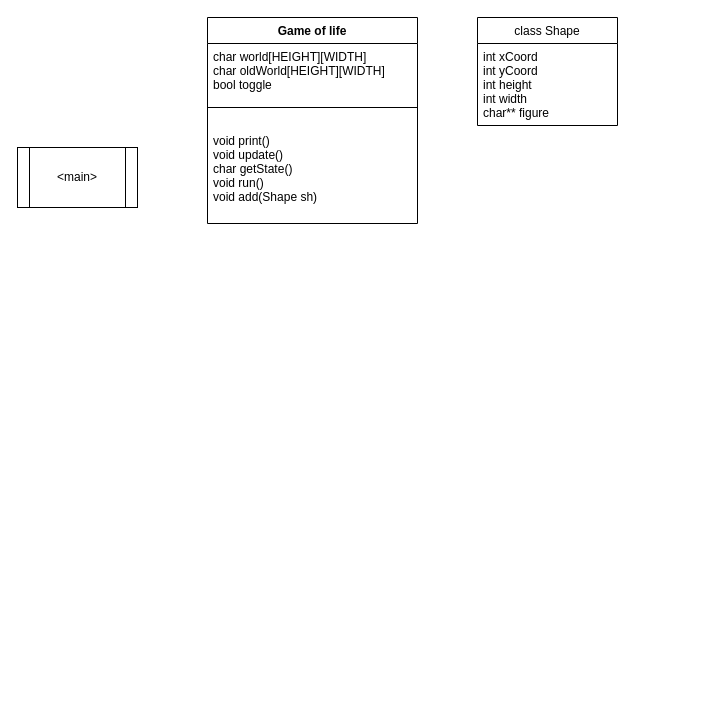
Earlier version of the draw.io diagram Game_of_life/Architecture Game of life.drawio (VityKos/Game-of-life). Source tidied: cells renumbered, new cells numbered last; positions are measured from the earlier drawing's top-left corner, leaving out a move shared by most shapes. Both pictures are drawn from the tidied source at 100%, with x=0, y=0 at pixel (17, 17).
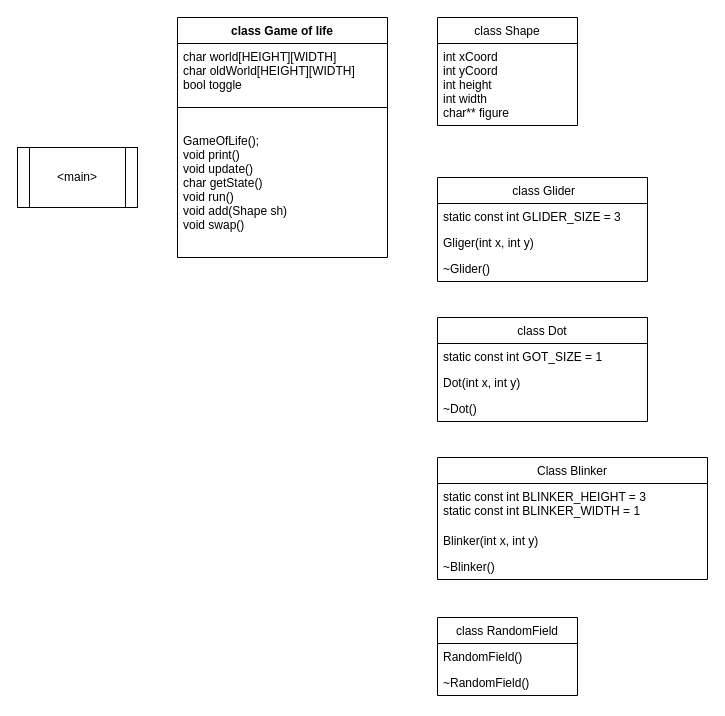
After the change.

The edit, as a diff of the source:
```diff
@@
-    <mxCell id="3" value="Game of life" style="swimlane;fontStyle=1;align=center;verticalAlign=top;horizontal=1;startSize=26;" parent="1" vertex="1">
-      <mxGeometry x="190" width="210" height="206" as="geometry" />
+    <mxCell id="3" value="class Game of life" style="swimlane;fontStyle=1;align=center;verticalAlign=top;horizontal=1;startSize=26;" parent="1" vertex="1">
+      <mxGeometry x="160" width="210" height="240" as="geometry" />
     </mxCell>
@@
-    <mxCell id="6" value="void print()&#10;void update()&#10;char getState()&#10;void run()&#10;void add(Shape sh)" style="text;strokeColor=none;fillColor=none;align=left;verticalAlign=top;spacingLeft=4;spacingRight=4;overflow=hidden;" parent="3" vertex="1">
-      <mxGeometry y="110" width="210" height="96" as="geometry" />
+    <mxCell id="6" value="GameOfLife();&#10;void print()&#10;void update()&#10;char getState()&#10;void run()&#10;void add(Shape sh)&#10;void swap()" style="text;strokeColor=none;fillColor=none;align=left;verticalAlign=top;spacingLeft=4;spacingRight=4;overflow=hidden;" parent="3" vertex="1">
+      <mxGeometry y="110" width="210" height="130" as="geometry" />
     </mxCell>
     <mxCell id="7" value="class Shape" style="swimlane;fontStyle=0;horizontal=1;startSize=26;fillColor=none;" parent="1" vertex="1">
-      <mxGeometry x="460" width="140" height="108" as="geometry" />
+      <mxGeometry x="420" width="140" height="108" as="geometry" />
     </mxCell>
@@
+    <mxCell id="9" value=" class Glider" style="swimlane;fontStyle=0;horizontal=1;startSize=26;fillColor=none;" parent="1" vertex="1">
+      <mxGeometry x="420" y="160" width="210" height="104" as="geometry" />
+    </mxCell>
+    <mxCell id="10" value="static const int GLIDER_SIZE = 3" style="text;strokeColor=none;fillColor=none;align=left;verticalAlign=top;spacingLeft=4;spacingRight=4;overflow=hidden;" parent="9" vertex="1">
+      <mxGeometry y="26" width="210" height="26" as="geometry" />
+    </mxCell>
+    <mxCell id="11" value="Gliger(int x, int y)" style="text;strokeColor=none;fillColor=none;align=left;verticalAlign=top;spacingLeft=4;spacingRight=4;overflow=hidden;" parent="9" vertex="1">
+      <mxGeometry y="52" width="210" height="26" as="geometry" />
+    </mxCell>
+    <mxCell id="12" value="~Glider()" style="text;strokeColor=none;fillColor=none;align=left;verticalAlign=top;spacingLeft=4;spacingRight=4;overflow=hidden;" parent="9" vertex="1">
+      <mxGeometry y="78" width="210" height="26" as="geometry" />
+    </mxCell>
+    <mxCell id="13" value="class Dot" style="swimlane;fontStyle=0;horizontal=1;startSize=26;fillColor=none;" parent="1" vertex="1">
+      <mxGeometry x="420" y="300" width="210" height="104" as="geometry" />
+    </mxCell>
+    <mxCell id="14" value="static const int GOT_SIZE = 1" style="text;strokeColor=none;fillColor=none;align=left;verticalAlign=top;spacingLeft=4;spacingRight=4;overflow=hidden;" parent="13" vertex="1">
+      <mxGeometry y="26" width="210" height="26" as="geometry" />
+    </mxCell>
+    <mxCell id="15" value="Dot(int x, int y)" style="text;strokeColor=none;fillColor=none;align=left;verticalAlign=top;spacingLeft=4;spacingRight=4;overflow=hidden;" parent="13" vertex="1">
+      <mxGeometry y="52" width="210" height="26" as="geometry" />
+    </mxCell>
+    <mxCell id="16" value="~Dot()" style="text;strokeColor=none;fillColor=none;align=left;verticalAlign=top;spacingLeft=4;spacingRight=4;overflow=hidden;" parent="13" vertex="1">
+      <mxGeometry y="78" width="210" height="26" as="geometry" />
+    </mxCell>
+    <mxCell id="17" value="Class Blinker" style="swimlane;fontStyle=0;horizontal=1;startSize=26;fillColor=none;" parent="1" vertex="1">
+      <mxGeometry x="420" y="440" width="270" height="122" as="geometry" />
+    </mxCell>
+    <mxCell id="18" value="static const int BLINKER_HEIGHT = 3&#10;static const int BLINKER_WIDTH = 1&#10;" style="text;strokeColor=none;fillColor=none;align=left;verticalAlign=top;spacingLeft=4;spacingRight=4;overflow=hidden;" parent="17" vertex="1">
+      <mxGeometry y="26" width="270" height="44" as="geometry" />
+    </mxCell>
+    <mxCell id="19" value="Blinker(int x, int y)" style="text;strokeColor=none;fillColor=none;align=left;verticalAlign=top;spacingLeft=4;spacingRight=4;overflow=hidden;" parent="17" vertex="1">
+      <mxGeometry y="70" width="270" height="26" as="geometry" />
+    </mxCell>
+    <mxCell id="20" value="~Blinker()" style="text;strokeColor=none;fillColor=none;align=left;verticalAlign=top;spacingLeft=4;spacingRight=4;overflow=hidden;" parent="17" vertex="1">
+      <mxGeometry y="96" width="270" height="26" as="geometry" />
+    </mxCell>
+    <mxCell id="21" value="class RandomField" style="swimlane;fontStyle=0;horizontal=1;startSize=26;fillColor=none;" parent="1" vertex="1">
+      <mxGeometry x="420" y="600" width="140" height="78" as="geometry" />
+    </mxCell>
+    <mxCell id="22" value="RandomField()" style="text;strokeColor=none;fillColor=none;align=left;verticalAlign=top;spacingLeft=4;spacingRight=4;overflow=hidden;" parent="21" vertex="1">
+      <mxGeometry y="26" width="140" height="26" as="geometry" />
+    </mxCell>
+    <mxCell id="23" value="~RandomField()" style="text;strokeColor=none;fillColor=none;align=left;verticalAlign=top;spacingLeft=4;spacingRight=4;overflow=hidden;" parent="21" vertex="1">
+      <mxGeometry y="52" width="140" height="26" as="geometry" />
+    </mxCell>
```
